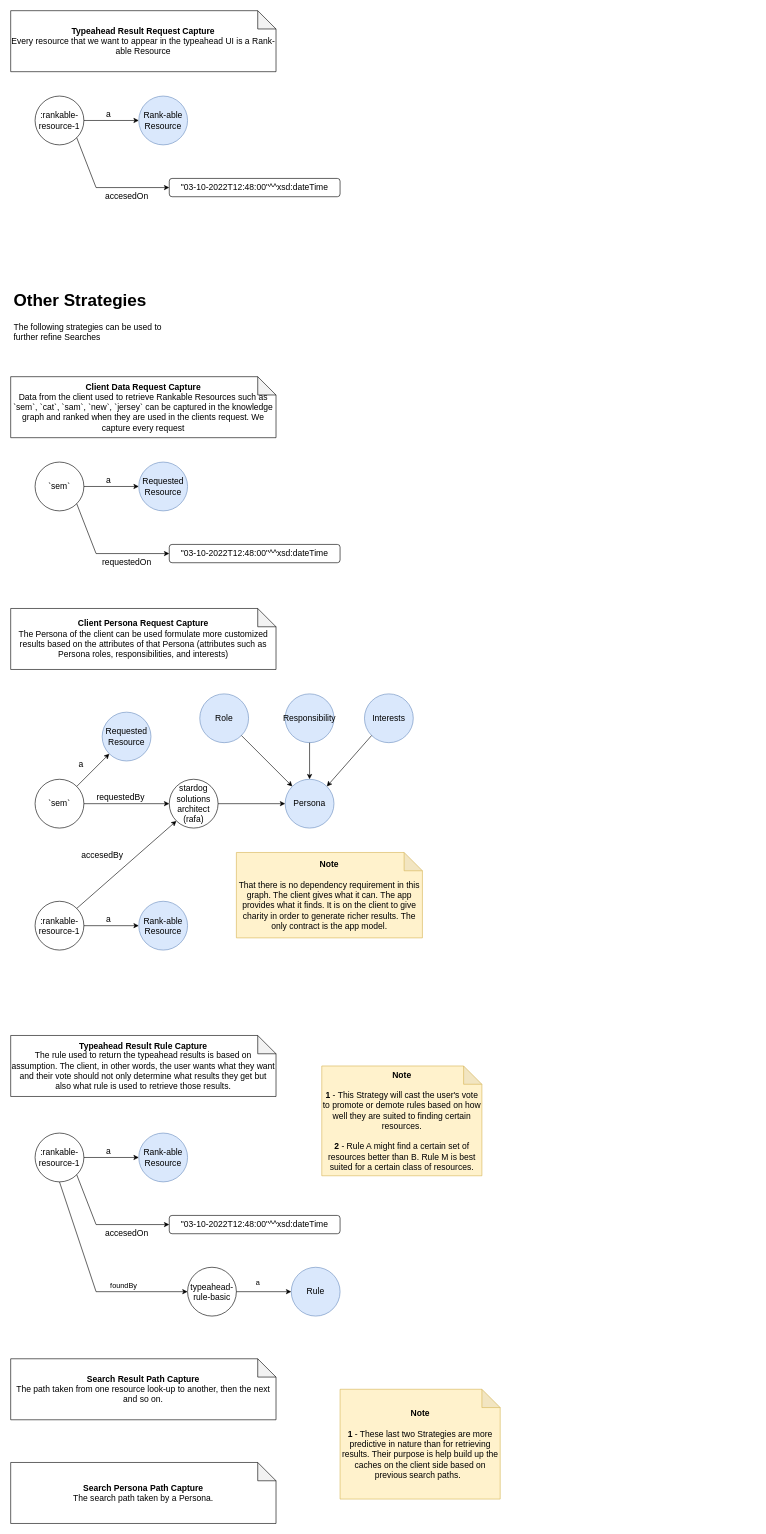
This is page "App-Models" (2 of 2) of diagrams.drawio from RafaelCampoJr/ranked-typeahead, a draw.io file, before an edit. Source tidied: cells renumbered, new cells numbered last; positions are measured from the earlier drawing's top-left corner, leaving out a move shared by most shapes. Both pictures are drawn from the tidied source at 61%, with x=0, y=0 at pixel (10, 10).
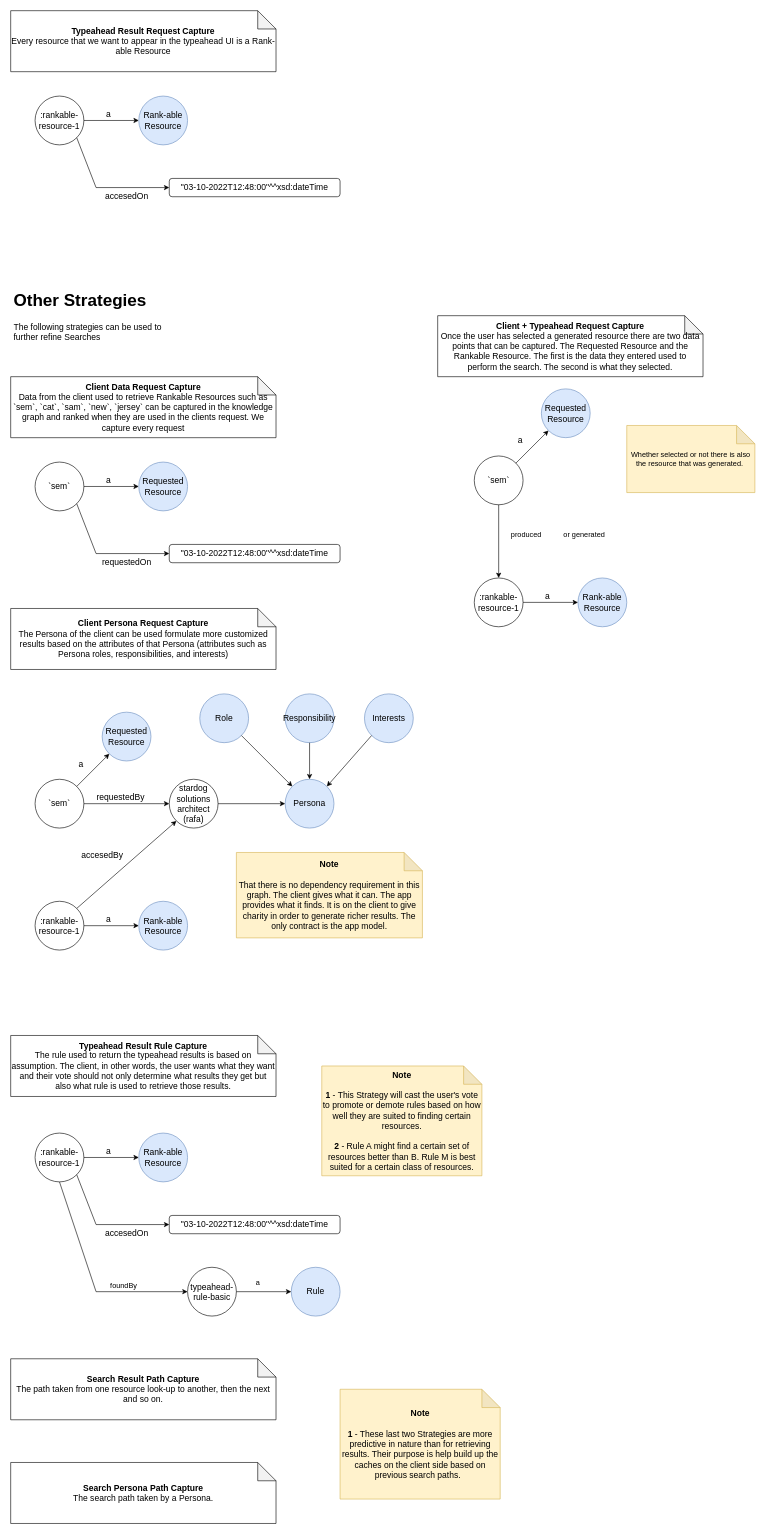
The same page after the edit.

Change to the diagram source:
```diff
@@
+    <mxCell id="60" value="`sem`" style="ellipse;whiteSpace=wrap;html=1;fontSize=14;fillColor=default;" parent="1" vertex="1">
+      <mxGeometry x="760" y="730" width="80" height="80" as="geometry" />
+    </mxCell>
+    <mxCell id="61" style="endArrow=classic;html=1;rounded=0;fontSize=14;exitX=0.5;exitY=1;exitDx=0;exitDy=0;entryX=0.5;entryY=0;entryDx=0;entryDy=0;" parent="1" edge="1" source="60" target="64">
+      <mxGeometry relative="1" as="geometry" />
+    </mxCell>
+    <mxCell id="62" value="Requested&lt;br&gt;Resource" style="ellipse;whiteSpace=wrap;html=1;fontSize=14;fillColor=#dae8fc;strokeColor=#6c8ebf;" parent="1" vertex="1">
+      <mxGeometry x="870" y="620" width="80" height="80" as="geometry" />
+    </mxCell>
+    <mxCell id="63" style="endArrow=classic;html=1;rounded=0;fontSize=14;exitX=1;exitY=0;exitDx=0;exitDy=0;entryX=0;entryY=1;entryDx=0;entryDy=0;" parent="1" edge="1" source="60" target="62">
+      <mxGeometry relative="1" as="geometry" />
+    </mxCell>
+    <mxCell id="64" value=":rankable-resource-1" style="ellipse;whiteSpace=wrap;html=1;fontSize=14;fillColor=default;" parent="1" vertex="1">
+      <mxGeometry x="760" y="930" width="80" height="80" as="geometry" />
+    </mxCell>
+    <mxCell id="65" value="Rank-able&lt;br&gt;Resource" style="ellipse;whiteSpace=wrap;html=1;fontSize=14;fillColor=#dae8fc;strokeColor=#6c8ebf;" parent="1" vertex="1">
+      <mxGeometry x="930" y="930" width="80" height="80" as="geometry" />
+    </mxCell>
+    <mxCell id="66" style="endArrow=classic;html=1;rounded=0;fontSize=14;exitX=1;exitY=0.5;exitDx=0;exitDy=0;entryX=0;entryY=0.5;entryDx=0;entryDy=0;" parent="1" edge="1" source="64" target="65">
+      <mxGeometry relative="1" as="geometry" />
+    </mxCell>
+    <mxCell id="67" value="a" style="text;html=1;align=center;verticalAlign=middle;strokeColor=none;fillColor=none;fontSize=14;" parent="1" vertex="1">
+      <mxGeometry x="865" y="945" width="30" height="30" as="geometry" />
+    </mxCell>
+    <mxCell id="68" value="a" style="text;html=1;align=center;verticalAlign=middle;strokeColor=none;fillColor=none;fontSize=14;" parent="1" vertex="1">
+      <mxGeometry x="820" y="690" width="30" height="30" as="geometry" />
+    </mxCell>
+    <mxCell id="69" value="&lt;b&gt;Client + Typeahead Request Capture&lt;br&gt;&lt;/b&gt;Once the user has selected a generated resource there are two data points that can be captured. The Requested Resource and the Rankable Resource. The first is the data they entered used to perform the search. The second is what they selected." style="shape=note;whiteSpace=wrap;html=1;backgroundOutline=1;darkOpacity=0.05;fontSize=14;fillColor=default;" parent="1" vertex="1">
+      <mxGeometry x="700" y="500" width="435" height="100" as="geometry" />
+    </mxCell>
+    <mxCell id="70" value="produced" style="text;html=1;align=center;verticalAlign=middle;strokeColor=none;fillColor=none;" parent="1" vertex="1">
+      <mxGeometry x="810" y="845" width="70" height="30" as="geometry" />
+    </mxCell>
+    <mxCell id="71" value="or generated" style="text;html=1;align=center;verticalAlign=middle;strokeColor=none;fillColor=none;" parent="1" vertex="1">
+      <mxGeometry x="895" y="845" width="90" height="30" as="geometry" />
+    </mxCell>
+    <mxCell id="72" value="Whether selected or not there is also the resource that was generated.&amp;nbsp;" style="shape=note;whiteSpace=wrap;html=1;backgroundOutline=1;darkOpacity=0.05;fillColor=#fff2cc;strokeColor=#d6b656;" parent="1" vertex="1">
+      <mxGeometry x="1010" y="680" width="210" height="110" as="geometry" />
+    </mxCell>
```
